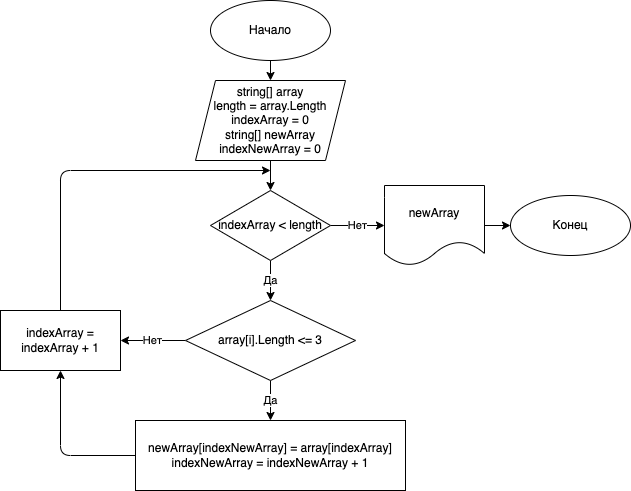
GlazkovaMarina/SumTask keeps this draw.io diagram as algorithm.drawio.png. Above is the earlier version. Source tidied: cells renumbered, new cells last; positions are measured from the earlier drawing's top-left corner, leaving out a move shared by most shapes.
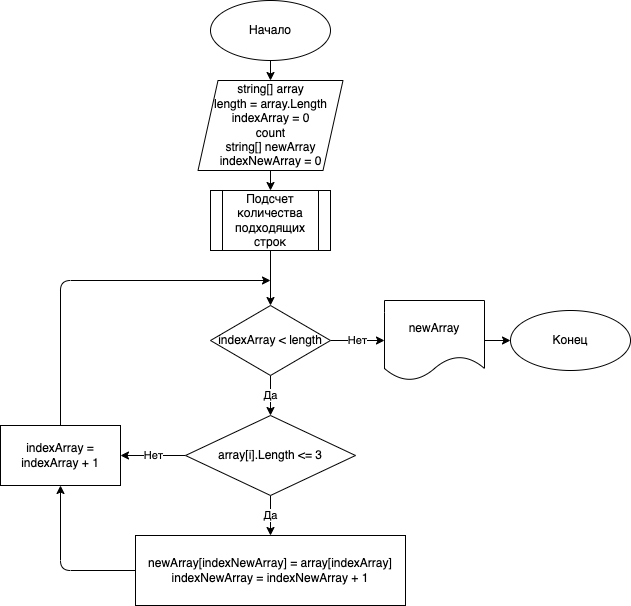
The same diagram one commit later.

Commit message:
Добавила метод подсчета подходящих строк

The edit, as a diff of the source:
```diff
@@ -6,13 +6,13 @@
       <mxGeometry relative="1" as="geometry" />
     </mxCell>
     <mxCell id="3" value="Начало" style="ellipse;whiteSpace=wrap;html=1;" parent="1" vertex="1">
-      <mxGeometry x="210" width="120" height="60" as="geometry" />
+      <mxGeometry x="210" y="-115" width="120" height="60" as="geometry" />
     </mxCell>
-    <mxCell id="4" style="edgeStyle=none;html=1;exitX=0.5;exitY=1;exitDx=0;exitDy=0;entryX=0.5;entryY=0;entryDx=0;entryDy=0;" parent="1" edge="1" source="5" target="8">
-      <mxGeometry relative="1" as="geometry" />
-    </mxCell>
+    <mxCell id="19" style="edgeStyle=none;html=1;exitX=0.5;exitY=1;exitDx=0;exitDy=0;entryX=0.5;entryY=0;entryDx=0;entryDy=0;" parent="1" edge="1" source="5" target="21">
+      <mxGeometry relative="1" as="geometry" />
+    </mxCell>
-    <mxCell id="5" value="string[] array&lt;br&gt;length = array.Length&lt;br&gt;indexArray = 0&lt;br&gt;string[] newArray&lt;br&gt;indexNewArray = 0" style="shape=parallelogram;perimeter=parallelogramPerimeter;whiteSpace=wrap;html=1;fixedSize=1;" parent="1" vertex="1">
-      <mxGeometry x="195" y="80" width="150" height="80" as="geometry" />
+    <mxCell id="5" value="string[] array&lt;br&gt;length = array.Length&lt;br&gt;indexArray = 0&lt;br&gt;count&lt;br&gt;string[] newArray&lt;br&gt;indexNewArray = 0" style="shape=parallelogram;perimeter=parallelogramPerimeter;whiteSpace=wrap;html=1;fixedSize=1;" parent="1" vertex="1">
+      <mxGeometry x="197.5" y="-35" width="145" height="90" as="geometry" />
     </mxCell>
     <mxCell id="6" value="Да" style="edgeStyle=none;html=1;" parent="1" edge="1" source="8" target="11">
       <mxGeometry relative="1" as="geometry" />
@@ -48,9 +48,9 @@
     </mxCell>
     <mxCell id="14" style="edgeStyle=none;html=1;" parent="1" edge="1" source="15">
       <mxGeometry relative="1" as="geometry">
-        <mxPoint x="270" y="170" as="targetPoint" />
+        <mxPoint x="270" y="165" as="targetPoint" />
         <Array as="points">
-          <mxPoint x="60" y="170" />
+          <mxPoint x="60" y="165" />
         </Array>
       </mxGeometry>
     </mxCell>
@@ -66,5 +66,11 @@
     <mxCell id="18" value="Конец" style="ellipse;whiteSpace=wrap;html=1;" parent="1" vertex="1">
       <mxGeometry x="510" y="195" width="120" height="60" as="geometry" />
     </mxCell>
+    <mxCell id="20" style="edgeStyle=none;html=1;" parent="1" edge="1" source="21" target="8">
+      <mxGeometry relative="1" as="geometry" />
+    </mxCell>
+    <mxCell id="21" value="Подсчет количества подходящих строк" style="shape=process;whiteSpace=wrap;html=1;backgroundOutline=1;" parent="1" vertex="1">
+      <mxGeometry x="210" y="75" width="120" height="60" as="geometry" />
+    </mxCell>
   </root>
 </mxGraphModel>
```
